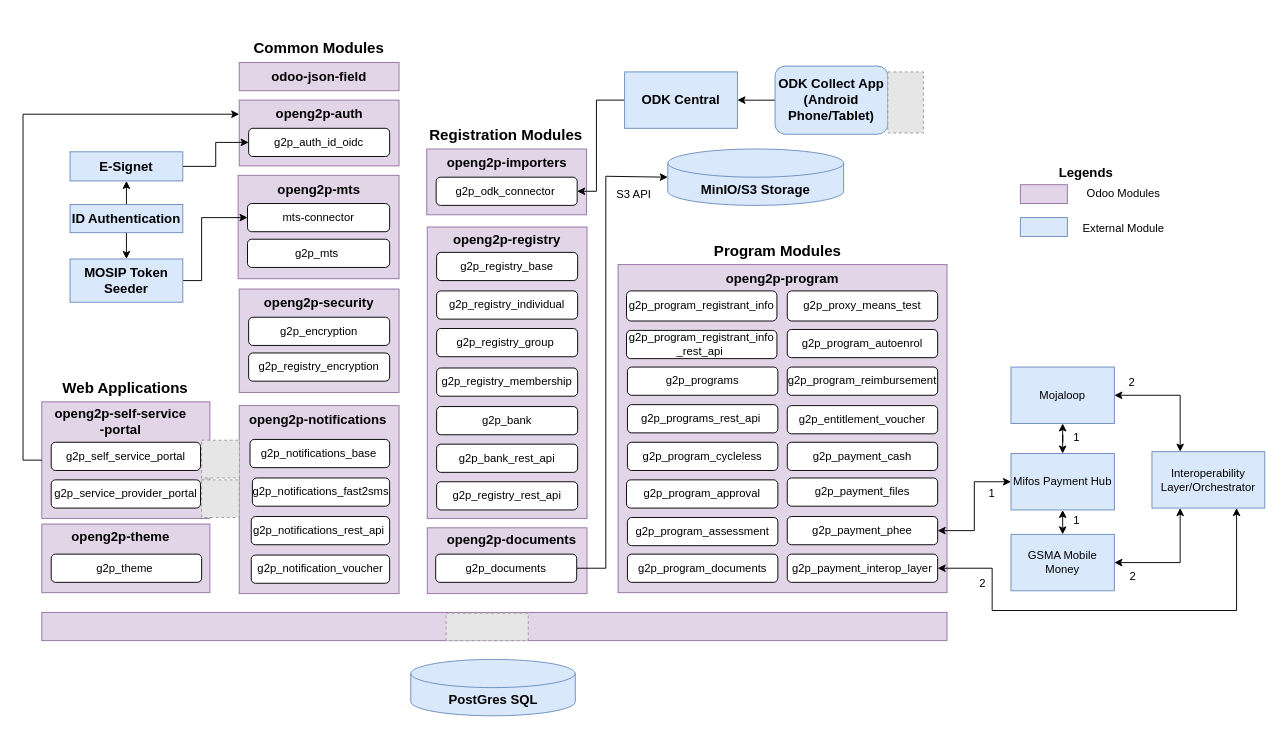
This is .gitbook/assets/technical-architecture.drawio from OpenG2P/openg2p-documentation, a draw.io file, before an edit. Source tidied: cells renumbered, new cells numbered last; positions are measured from the earlier drawing's top-left corner, leaving out a move shared by most shapes. Both pictures are drawn from the tidied source at 94%, with x=0, y=0 at pixel (23, 33). Pictures stored in the file or linked from it are replaced by grey dashed boxes.
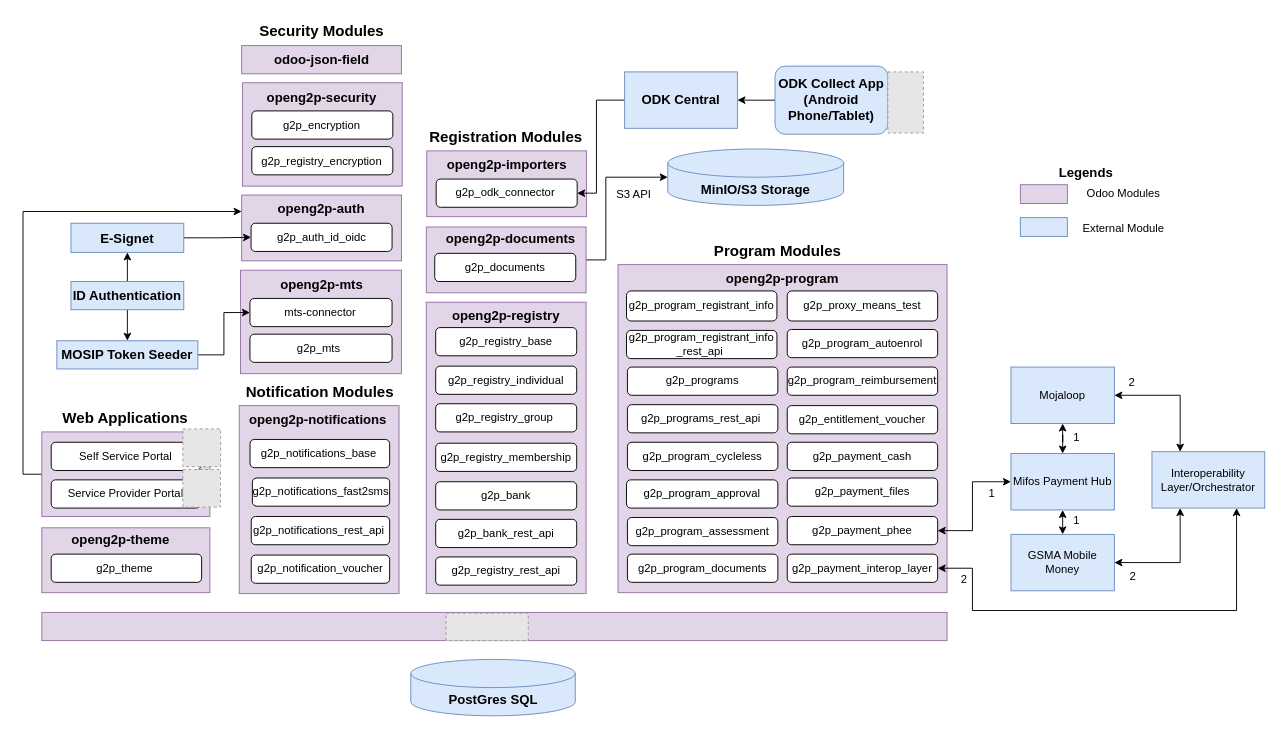
After the change.

Unchanged cells that the change refers to:
```xml
<mxCell id="9" value="&lt;b&gt;&lt;font style=&quot;font-size: 14px;&quot;&gt;MinIO/S3 Storage&lt;/font&gt;&lt;/b&gt;" style="shape=cylinder3;whiteSpace=wrap;html=1;boundedLbl=1;backgroundOutline=1;size=15;fillColor=#dae8fc;strokeColor=#6c8ebf;" parent="1" vertex="1">
  <mxGeometry x="685.9" y="123" width="187.1" height="60" as="geometry" />
</mxCell>
<mxCell id="50" value="g2p_payment_interop_layer" style="rounded=1;whiteSpace=wrap;html=1;" parent="1" vertex="1">
  <mxGeometry x="813" y="554" width="160" height="30" as="geometry" />
</mxCell>
<mxCell id="51" value="g2p_payment_phee" style="rounded=1;whiteSpace=wrap;html=1;" parent="1" vertex="1">
  <mxGeometry x="813" y="514" width="160" height="30" as="geometry" />
</mxCell>
<mxCell id="66" value="&lt;b style=&quot;border-color: var(--border-color);&quot;&gt;&lt;font style=&quot;border-color: var(--border-color); font-size: 14px;&quot;&gt;ODK Central&lt;/font&gt;&lt;/b&gt;" style="rounded=0;whiteSpace=wrap;html=1;fillColor=#dae8fc;strokeColor=#6c8ebf;" parent="1" vertex="1">
  <mxGeometry x="640" y="41" width="120" height="60" as="geometry" />
</mxCell>
<mxCell id="79" value="Mifos Payment Hub" style="rounded=0;whiteSpace=wrap;html=1;fillColor=#dae8fc;strokeColor=#6c8ebf;" parent="1" vertex="1">
  <mxGeometry x="1051" y="447" width="110" height="60" as="geometry" />
</mxCell>
<mxCell id="83" value="Interoperability Layer/Orchestrator" style="rounded=0;whiteSpace=wrap;html=1;fillColor=#dae8fc;strokeColor=#6c8ebf;" parent="1" vertex="1">
  <mxGeometry x="1201" y="445" width="120" height="60" as="geometry" />
</mxCell>
```

Change to the diagram source:
```diff
@@
+    <mxCell id="107" style="edgeStyle=orthogonalEdgeStyle;rounded=0;jettySize=auto;html=1;exitX=1;exitY=0.5;exitDx=0;exitDy=0;entryX=0;entryY=0.5;entryDx=0;entryDy=0;entryPerimeter=0;" parent="1" edge="1" source="2" target="9">
+      <mxGeometry relative="1" as="geometry">
+        <Array as="points">
+          <mxPoint x="620" y="241" />
+          <mxPoint x="620" y="153" />
+        </Array>
+      </mxGeometry>
+    </mxCell>
     <mxCell id="2" style="rounded=0;whiteSpace=wrap;html=1;fillColor=#e1d5e7;strokeColor=#9673a6;" parent="1" vertex="1">
-      <mxGeometry x="430" y="526" width="170" height="70" as="geometry" />
+      <mxGeometry x="429" y="206" width="170" height="70" as="geometry" />
     </mxCell>
+    <mxCell id="108" style="edgeStyle=orthogonalEdgeStyle;rounded=0;jettySize=auto;html=1;exitX=0;exitY=0.5;exitDx=0;exitDy=0;entryX=0;entryY=0.25;entryDx=0;entryDy=0;" parent="1" edge="1" source="3" target="7">
+      <mxGeometry relative="1" as="geometry" />
+    </mxCell>
     <mxCell id="3" style="rounded=0;whiteSpace=wrap;html=1;fillColor=#e1d5e7;strokeColor=#9673a6;" parent="1" vertex="1">
-      <mxGeometry x="20" y="392" width="178.8" height="124" as="geometry" />
+      <mxGeometry x="20" y="424" width="178.8" height="90" as="geometry" />
     </mxCell>
     <mxCell id="4" style="rounded=0;whiteSpace=wrap;html=1;fillColor=#e1d5e7;strokeColor=#9673a6;" parent="1" vertex="1">
-      <mxGeometry x="20" y="522" width="178.8" height="73" as="geometry" />
+      <mxGeometry x="20" y="526" width="178.8" height="69" as="geometry" />
     </mxCell>
     <mxCell id="5" style="rounded=0;whiteSpace=wrap;html=1;fillColor=#e1d5e7;strokeColor=#9673a6;" parent="1" vertex="1">
-      <mxGeometry x="228.8" y="151" width="171.2" height="110" as="geometry" />
+      <mxGeometry x="231.4" y="252" width="171.2" height="110" as="geometry" />
     </mxCell>
     <mxCell id="6" style="rounded=0;whiteSpace=wrap;html=1;fillColor=#e1d5e7;strokeColor=#9673a6;" parent="1" vertex="1">
-      <mxGeometry x="429.5" y="123" width="170" height="70" as="geometry" />
+      <mxGeometry x="429.5" y="125" width="170" height="70" as="geometry" />
     </mxCell>
     <mxCell id="7" style="rounded=0;whiteSpace=wrap;html=1;fillColor=#e1d5e7;strokeColor=#9673a6;" parent="1" vertex="1">
-      <mxGeometry x="230" y="71" width="170" height="70" as="geometry" />
+      <mxGeometry x="232.6" y="172" width="170" height="70" as="geometry" />
     </mxCell>
@@
     <mxCell id="10" value="g2p_auth_id_oidc&lt;span class=&quot;c-mrkdwntab&quot;&gt;&lt;span style=&quot;box-sizing: inherit; font-variant-ligatures: common-ligatures;&quot;&gt; &lt;/span&gt;&lt;/span&gt;&lt;span style=&quot;font-variant-ligatures: common-ligatures;&quot;&gt;&lt;/span&gt;" style="rounded=1;whiteSpace=wrap;html=1;" parent="1" vertex="1">
-      <mxGeometry x="240" y="101" width="150" height="30" as="geometry" />
+      <mxGeometry x="242.6" y="202" width="150" height="30" as="geometry" />
     </mxCell>
     <mxCell id="11" value="g2p_odk_connector&amp;nbsp;" style="rounded=1;whiteSpace=wrap;html=1;" parent="1" vertex="1">
-      <mxGeometry x="439.5" y="153" width="150" height="30" as="geometry" />
+      <mxGeometry x="439.5" y="155" width="150" height="30" as="geometry" />
     </mxCell>
     <mxCell id="12" value="mts-connector" style="rounded=1;whiteSpace=wrap;html=1;direction=south;" parent="1" vertex="1">
-      <mxGeometry x="238.8" y="181" width="151.2" height="30" as="geometry" />
+      <mxGeometry x="241.4" y="282" width="151.2" height="30" as="geometry" />
     </mxCell>
     <mxCell id="13" value="g2p_mts&amp;nbsp;" style="rounded=1;whiteSpace=wrap;html=1;" parent="1" vertex="1">
-      <mxGeometry x="238.8" y="219" width="151.2" height="30" as="geometry" />
+      <mxGeometry x="241.4" y="320" width="151.2" height="30" as="geometry" />
     </mxCell>
     <mxCell id="14" value="&lt;b&gt;&lt;font style=&quot;font-size: 14px;&quot;&gt;openg2p-mts&lt;/font&gt;&lt;/b&gt;" style="text;html=1;strokeColor=none;fillColor=none;align=center;verticalAlign=middle;whiteSpace=wrap;rounded=0;" parent="1" vertex="1">
-      <mxGeometry x="270" y="151" width="90" height="30" as="geometry" />
+      <mxGeometry x="272.6" y="252" width="90" height="30" as="geometry" />
     </mxCell>
     <mxCell id="15" value="&lt;b&gt;&lt;font style=&quot;font-size: 14px;&quot;&gt;openg2p&lt;/font&gt;&lt;/b&gt;&lt;font style=&quot;font-size: 14px;&quot;&gt;&lt;b&gt;-&lt;/b&gt;&lt;/font&gt;&lt;font style=&quot;font-size: 14px;&quot;&gt;&lt;b&gt;auth&lt;/b&gt;&lt;/font&gt;" style="text;html=1;strokeColor=none;fillColor=none;align=center;verticalAlign=middle;whiteSpace=wrap;rounded=0;" parent="1" vertex="1">
-      <mxGeometry x="262.5" y="71" width="105" height="30" as="geometry" />
+      <mxGeometry x="265.1" y="172" width="105" height="30" as="geometry" />
     </mxCell>
@@
     <mxCell id="22" style="rounded=0;whiteSpace=wrap;html=1;fillColor=#e1d5e7;strokeColor=#9673a6;" parent="1" vertex="1">
-      <mxGeometry x="230" y="272" width="170" height="110" as="geometry" />
+      <mxGeometry x="233.4" y="52.5" width="170" height="110" as="geometry" />
     </mxCell>
     <mxCell id="23" value="g2p_encryption" style="rounded=1;whiteSpace=wrap;html=1;direction=south;" parent="1" vertex="1">
-      <mxGeometry x="240" y="302" width="150" height="30" as="geometry" />
+      <mxGeometry x="243.4" y="82.5" width="150" height="30" as="geometry" />
     </mxCell>
     <mxCell id="24" value="g2p_registry_encryption" style="rounded=1;whiteSpace=wrap;html=1;" parent="1" vertex="1">
-      <mxGeometry x="240" y="340" width="150" height="30" as="geometry" />
+      <mxGeometry x="243.4" y="120.5" width="150" height="30" as="geometry" />
     </mxCell>
     <mxCell id="25" value="&lt;p class=&quot;MsoNoSpacing&quot;&gt;&lt;b&gt;&lt;font style=&quot;font-size: 14px;&quot;&gt;openg2p-security&lt;/font&gt;&lt;/b&gt;&lt;/p&gt;" style="text;html=1;strokeColor=none;fillColor=none;align=center;verticalAlign=middle;whiteSpace=wrap;rounded=0;" parent="1" vertex="1">
-      <mxGeometry x="255" y="272" width="120" height="30" as="geometry" />
+      <mxGeometry x="258.4" y="52.5" width="120" height="30" as="geometry" />
     </mxCell>
-    <mxCell id="26" value="&lt;b&gt;&lt;font style=&quot;font-size: 16px;&quot;&gt;Common Modules&lt;/font&gt;&lt;/b&gt;" style="text;html=1;strokeColor=none;fillColor=none;align=center;verticalAlign=middle;whiteSpace=wrap;rounded=0;" parent="1" vertex="1">
-      <mxGeometry x="242.9" width="144.2" height="30" as="geometry" />
+    <mxCell id="26" value="&lt;b&gt;&lt;font style=&quot;font-size: 16px;&quot;&gt;Security Modules&lt;/font&gt;&lt;/b&gt;" style="text;html=1;strokeColor=none;fillColor=none;align=center;verticalAlign=middle;whiteSpace=wrap;rounded=0;" parent="1" vertex="1">
+      <mxGeometry x="245.5" y="-18" width="144.2" height="30" as="geometry" />
     </mxCell>
     <mxCell id="27" value="openg2p-importers" style="text;html=1;strokeColor=none;fillColor=none;align=center;verticalAlign=middle;whiteSpace=wrap;rounded=0;fontStyle=1;fontSize=14;" parent="1" vertex="1">
-      <mxGeometry x="449.5" y="123" width="130" height="30" as="geometry" />
+      <mxGeometry x="449.5" y="125" width="130" height="30" as="geometry" />
     </mxCell>
     <mxCell id="28" style="rounded=0;whiteSpace=wrap;html=1;fillColor=#e1d5e7;strokeColor=#9673a6;" parent="1" vertex="1">
-      <mxGeometry x="430" y="206" width="170" height="310" as="geometry" />
+      <mxGeometry x="429" y="286" width="170" height="310" as="geometry" />
     </mxCell>
     <mxCell id="29" value="g2p_registry_base" style="rounded=1;whiteSpace=wrap;html=1;" parent="1" vertex="1">
-      <mxGeometry x="440" y="233" width="150" height="30" as="geometry" />
+      <mxGeometry x="439" y="313" width="150" height="30" as="geometry" />
     </mxCell>
     <mxCell id="30" value="openg2p-registry" style="text;html=1;strokeColor=none;fillColor=none;align=center;verticalAlign=middle;whiteSpace=wrap;rounded=0;fontStyle=1;fontSize=14;" parent="1" vertex="1">
-      <mxGeometry x="450" y="205" width="130" height="30" as="geometry" />
+      <mxGeometry x="449" y="285" width="130" height="30" as="geometry" />
     </mxCell>
     <mxCell id="31" value="g2p_registry_individual" style="rounded=1;whiteSpace=wrap;html=1;" parent="1" vertex="1">
-      <mxGeometry x="440" y="274" width="150" height="30" as="geometry" />
+      <mxGeometry x="439" y="354" width="150" height="30" as="geometry" />
     </mxCell>
     <mxCell id="32" value="g2p_registry_group&amp;nbsp;" style="rounded=1;whiteSpace=wrap;html=1;" parent="1" vertex="1">
-      <mxGeometry x="440" y="314" width="150" height="30" as="geometry" />
+      <mxGeometry x="439" y="394" width="150" height="30" as="geometry" />
     </mxCell>
     <mxCell id="33" value="g2p_registry_membership" style="rounded=1;whiteSpace=wrap;html=1;" parent="1" vertex="1">
-      <mxGeometry x="440" y="356" width="150" height="30" as="geometry" />
+      <mxGeometry x="439" y="436" width="150" height="30" as="geometry" />
     </mxCell>
-    <mxCell id="34" style="edgeStyle=orthogonalEdgeStyle;rounded=0;jettySize=auto;html=1;exitX=1;exitY=0.5;exitDx=0;exitDy=0;entryX=0;entryY=0.5;entryDx=0;entryDy=0;entryPerimeter=0;" parent="1" edge="1" source="35" target="9">
-      <mxGeometry relative="1" as="geometry">
-        <Array as="points">
-          <mxPoint x="620" y="569" />
-          <mxPoint x="620" y="152" />
-        </Array>
-      </mxGeometry>
-    </mxCell>
     <mxCell id="35" value="g2p_documents" style="rounded=1;whiteSpace=wrap;html=1;" parent="1" vertex="1">
-      <mxGeometry x="439" y="554" width="150" height="30" as="geometry" />
+      <mxGeometry x="438" y="234" width="150" height="30" as="geometry" />
     </mxCell>
     <mxCell id="36" value="g2p_bank" style="rounded=1;whiteSpace=wrap;html=1;" parent="1" vertex="1">
-      <mxGeometry x="440" y="397" width="150" height="30" as="geometry" />
+      <mxGeometry x="439" y="477" width="150" height="30" as="geometry" />
     </mxCell>
     <mxCell id="37" value="g2p_registry_rest_api" style="rounded=1;whiteSpace=wrap;html=1;" parent="1" vertex="1">
-      <mxGeometry x="440" y="477" width="150" height="30" as="geometry" />
+      <mxGeometry x="439" y="557" width="150" height="30" as="geometry" />
     </mxCell>
     <mxCell id="38" value="&lt;b&gt;&lt;font style=&quot;font-size: 16px;&quot;&gt;Registration Modules&lt;/font&gt;&lt;/b&gt;" style="text;html=1;strokeColor=none;fillColor=none;align=center;verticalAlign=middle;whiteSpace=wrap;rounded=0;" parent="1" vertex="1">
-      <mxGeometry x="428.5" y="93" width="170" height="30" as="geometry" />
+      <mxGeometry x="428.5" y="95" width="170" height="30" as="geometry" />
     </mxCell>
@@
-    <mxCell id="57" value="g2p_self_service_portal" style="rounded=1;whiteSpace=wrap;html=1;" parent="1" vertex="1">
+    <mxCell id="57" value="Self Service Portal" style="rounded=1;whiteSpace=wrap;html=1;" parent="1" vertex="1">
       <mxGeometry x="30" y="435" width="158.8" height="30" as="geometry" />
     </mxCell>
-    <mxCell id="58" value="openg2p-self-service&lt;br&gt;-portal" style="text;html=1;strokeColor=none;fillColor=none;align=center;verticalAlign=middle;whiteSpace=wrap;rounded=0;fontStyle=1;fontSize=14;" parent="1" vertex="1">
-      <mxGeometry x="28.8" y="398" width="150" height="30" as="geometry" />
-    </mxCell>
-    <mxCell id="59" value="&amp;nbsp;g2p_service_provider_portal&amp;nbsp;" style="rounded=1;whiteSpace=wrap;html=1;" parent="1" vertex="1">
+    <mxCell id="59" value="&amp;nbsp;Service Provider Portal&amp;nbsp;" style="rounded=1;whiteSpace=wrap;html=1;" parent="1" vertex="1">
       <mxGeometry x="30" y="475" width="158.8" height="30" as="geometry" />
     </mxCell>
@@
     <mxCell id="61" value="&lt;b&gt;&lt;font style=&quot;font-size: 14px;&quot;&gt;openg2p-theme&lt;/font&gt;&lt;/b&gt;" style="text;html=1;strokeColor=none;fillColor=none;align=center;verticalAlign=middle;whiteSpace=wrap;rounded=0;" parent="1" vertex="1">
-      <mxGeometry x="48.8" y="521" width="110" height="30" as="geometry" />
+      <mxGeometry x="48.8" y="524" width="110" height="30" as="geometry" />
     </mxCell>
     <mxCell id="62" value="&lt;b&gt;&lt;font style=&quot;font-size: 16px;&quot;&gt;Web Applications&lt;/font&gt;&lt;/b&gt;" style="text;html=1;strokeColor=none;fillColor=none;align=center;verticalAlign=middle;whiteSpace=wrap;rounded=0;" parent="1" vertex="1">
-      <mxGeometry x="24.4" y="362" width="170" height="30" as="geometry" />
+      <mxGeometry x="24.4" y="394" width="170" height="30" as="geometry" />
     </mxCell>
     <mxCell id="63" style="edgeStyle=orthogonalEdgeStyle;rounded=0;jettySize=auto;html=1;exitX=1;exitY=0.5;exitDx=0;exitDy=0;entryX=0.5;entryY=1;entryDx=0;entryDy=0;" parent="1" edge="1" source="64" target="12">
-      <mxGeometry relative="1" as="geometry">
-        <Array as="points">
-          <mxPoint x="190" y="263" />
-          <mxPoint x="190" y="196" />
-        </Array>
-      </mxGeometry>
+      <mxGeometry relative="1" as="geometry" />
     </mxCell>
     <mxCell id="64" value="&lt;b style=&quot;border-color: var(--border-color);&quot;&gt;&lt;font style=&quot;border-color: var(--border-color); font-size: 14px;&quot;&gt;MOSIP Token Seeder&lt;/font&gt;&lt;/b&gt;" style="rounded=0;whiteSpace=wrap;html=1;fillColor=#dae8fc;strokeColor=#6c8ebf;" parent="1" vertex="1">
-      <mxGeometry x="50" y="240" width="120" height="46" as="geometry" />
+      <mxGeometry x="36" y="327" width="150" height="30" as="geometry" />
     </mxCell>
     <mxCell id="65" style="edgeStyle=orthogonalEdgeStyle;rounded=0;jettySize=auto;html=1;exitX=0;exitY=0.5;exitDx=0;exitDy=0;entryX=1;entryY=0.5;entryDx=0;entryDy=0;" parent="1" edge="1" source="66" target="11">
       <mxGeometry relative="1" as="geometry">
         <Array as="points">
           <mxPoint x="610" y="71" />
-          <mxPoint x="610" y="168" />
+          <mxPoint x="610" y="170" />
         </Array>
       </mxGeometry>
     </mxCell>
@@
     <mxCell id="68" value="&lt;b style=&quot;border-color: var(--border-color);&quot;&gt;&lt;font style=&quot;border-color: var(--border-color); font-size: 14px;&quot;&gt;E-Signet&lt;/font&gt;&lt;/b&gt;" style="rounded=0;whiteSpace=wrap;html=1;fillColor=#dae8fc;strokeColor=#6c8ebf;" parent="1" vertex="1">
-      <mxGeometry x="50" y="126" width="120" height="31" as="geometry" />
+      <mxGeometry x="51" y="202" width="120" height="31" as="geometry" />
     </mxCell>
@@
     <mxCell id="71" value="&lt;b&gt;&lt;font style=&quot;font-size: 14px;&quot;&gt;ID Authentication&lt;/font&gt;&lt;/b&gt;" style="rounded=0;whiteSpace=wrap;html=1;fillColor=#dae8fc;strokeColor=#6c8ebf;" parent="1" vertex="1">
-      <mxGeometry x="50" y="182" width="120" height="30" as="geometry" />
+      <mxGeometry x="51" y="264" width="120" height="30" as="geometry" />
     </mxCell>
@@
     <mxCell id="78" style="edgeStyle=orthogonalEdgeStyle;rounded=0;jettySize=auto;html=1;exitX=0;exitY=0.5;exitDx=0;exitDy=0;entryX=1;entryY=0.5;entryDx=0;entryDy=0;startArrow=classic;startFill=1;" parent="1" edge="1" source="79" target="51">
-      <mxGeometry relative="1" as="geometry" />
+      <mxGeometry relative="1" as="geometry">
+        <Array as="points">
+          <mxPoint x="1010" y="477" />
+          <mxPoint x="1010" y="529" />
+        </Array>
+      </mxGeometry>
     </mxCell>
@@
     <mxCell id="82" style="edgeStyle=orthogonalEdgeStyle;rounded=0;jettySize=auto;html=1;exitX=0.75;exitY=1;exitDx=0;exitDy=0;entryX=1;entryY=0.5;entryDx=0;entryDy=0;startArrow=classic;startFill=1;" parent="1" edge="1" source="83" target="50">
       <mxGeometry relative="1" as="geometry">
         <Array as="points">
           <mxPoint x="1291" y="614" />
-          <mxPoint x="1031" y="614" />
-          <mxPoint x="1031" y="569" />
+          <mxPoint x="1010" y="614" />
+          <mxPoint x="1010" y="569" />
         </Array>
       </mxGeometry>
     </mxCell>
@@
     <mxCell id="84" value="openg2p-documents" style="text;html=1;strokeColor=none;fillColor=none;align=center;verticalAlign=middle;whiteSpace=wrap;rounded=0;fontStyle=1;fontSize=14;" parent="1" vertex="1">
-      <mxGeometry x="450" y="524" width="140" height="30" as="geometry" />
+      <mxGeometry x="449" y="204" width="140" height="30" as="geometry" />
     </mxCell>
-    <mxCell id="85" style="edgeStyle=orthogonalEdgeStyle;rounded=0;jettySize=auto;html=1;exitX=0;exitY=0.5;exitDx=0;exitDy=0;" parent="1" edge="1" source="3">
-      <mxGeometry relative="1" as="geometry">
-        <mxPoint x="230" y="86" as="targetPoint" />
-        <Array as="points">
-          <mxPoint y="454" />
-          <mxPoint y="86" />
-        </Array>
-      </mxGeometry>
-    </mxCell>
@@
     <mxCell id="96" value="2" style="text;html=1;strokeColor=none;fillColor=none;align=center;verticalAlign=middle;whiteSpace=wrap;rounded=0;" parent="1" vertex="1">
-      <mxGeometry x="991" y="571" width="60" height="30" as="geometry" />
+      <mxGeometry x="983" y="566" width="37" height="30" as="geometry" />
     </mxCell>
@@
     <mxCell id="100" style="fillColor=#E6E6E6;strokeColor=#999999;dashed=1;verticalLabelPosition=bottom;verticalAlign=top;" parent="1" vertex="1">
-      <mxGeometry x="190" y="432.8" width="40.2" height="40.2" as="geometry" />
+      <mxGeometry x="170" y="420.8" width="40.2" height="40.2" as="geometry" />
     </mxCell>
     <mxCell id="101" style="fillColor=#E6E6E6;strokeColor=#999999;dashed=1;verticalLabelPosition=bottom;verticalAlign=top;" parent="1" vertex="1">
-      <mxGeometry x="190" y="475" width="40" height="40" as="geometry" />
+      <mxGeometry x="170" y="464" width="40" height="40" as="geometry" />
     </mxCell>
@@
     <mxCell id="103" value="&lt;span style=&quot;border-color: var(--border-color);&quot;&gt;&lt;b&gt;&lt;font style=&quot;font-size: 14px;&quot;&gt;odoo-json-field&lt;/font&gt;&lt;/b&gt;&lt;/span&gt;" style="rounded=0;whiteSpace=wrap;html=1;fillColor=#e1d5e7;strokeColor=#9673a6;" parent="1" vertex="1">
-      <mxGeometry x="230" y="31" width="170" height="30" as="geometry" />
+      <mxGeometry x="232.6" y="13" width="170" height="30" as="geometry" />
     </mxCell>
@@
     <mxCell id="105" value="g2p_bank_rest_api" style="rounded=1;whiteSpace=wrap;html=1;" parent="1" vertex="1">
-      <mxGeometry x="440" y="437" width="150" height="30" as="geometry" />
+      <mxGeometry x="439" y="517" width="150" height="30" as="geometry" />
     </mxCell>
@@
+    <mxCell id="109" value="&lt;b&gt;&lt;font style=&quot;font-size: 16px;&quot;&gt;Notification Modules&lt;/font&gt;&lt;/b&gt;" style="text;html=1;strokeColor=none;fillColor=none;align=center;verticalAlign=middle;whiteSpace=wrap;rounded=0;" parent="1" vertex="1">
+      <mxGeometry x="231.4" y="366" width="170" height="30" as="geometry" />
+    </mxCell>
```
